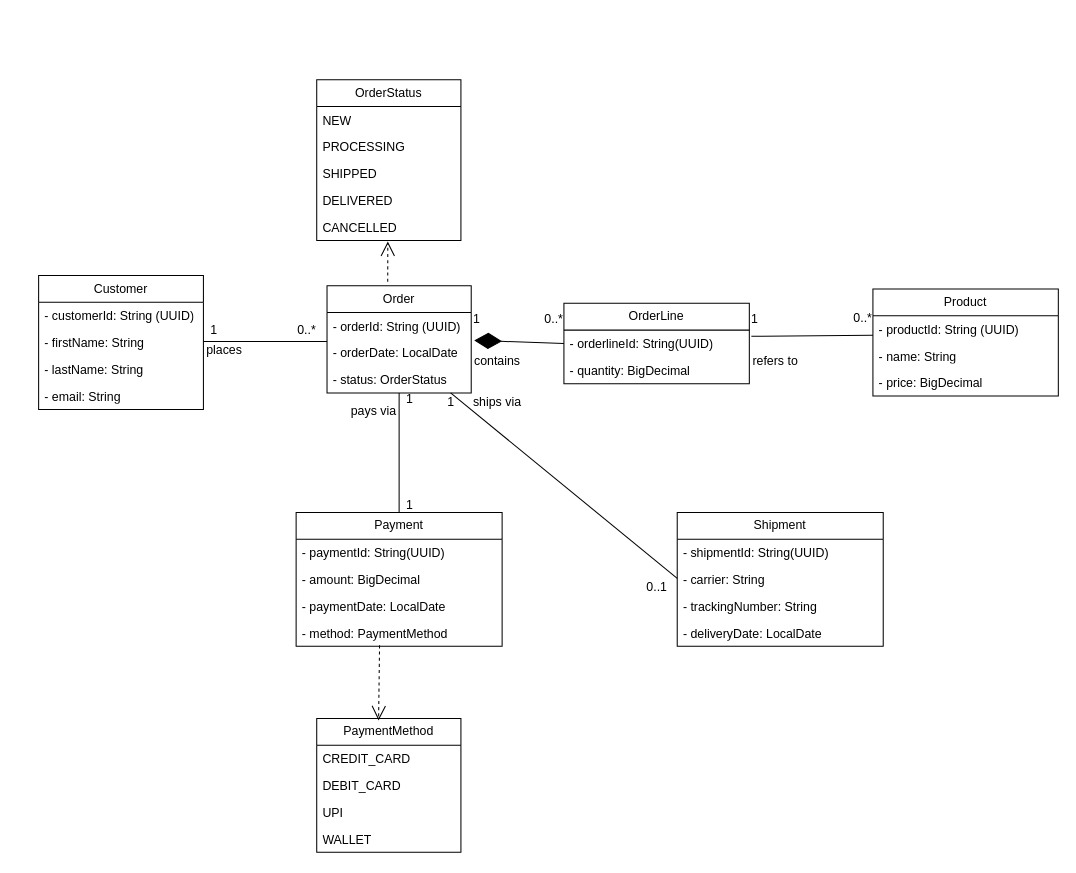
This is page "eCommerce" (10 of 10) of UML Diagram/Practice.drawio from prakashbtech87/aaaaaaaaaaaPrakashDrawIORepo, a draw.io file, before an edit. Source tidied: cells renumbered, new cells numbered last; positions are measured from the earlier drawing's top-left corner, leaving out a move shared by most shapes. Both pictures are drawn from the tidied source at 103%, with x=0, y=0 at pixel (38, 79).
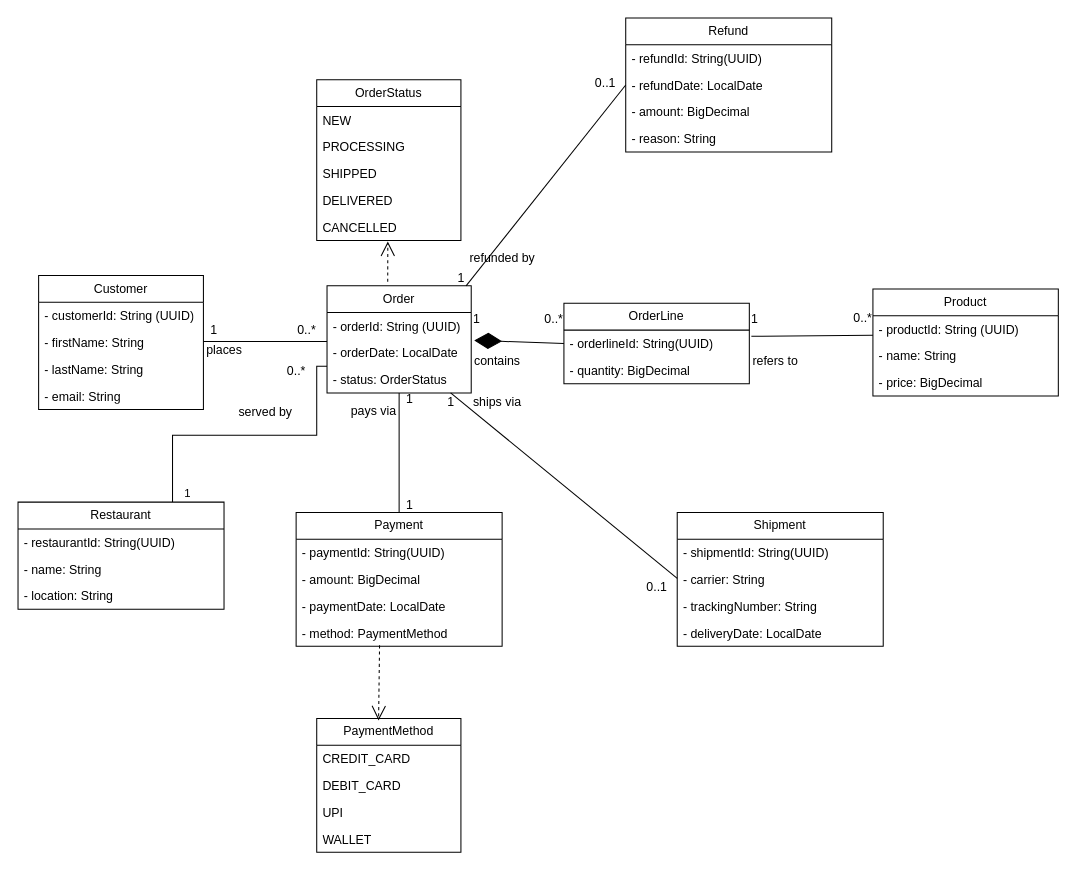
The same page after the edit.

Diff of the diagram source:
```diff
@@
+    <mxCell id="61" value="Refund" style="swimlane;fontStyle=0;horizontal=1;startSize=26;fillColor=none;whiteSpace=wrap;html=1;" parent="1" vertex="1">
+      <mxGeometry x="570" y="-60" width="200" height="130" as="geometry" />
+    </mxCell>
+    <mxCell id="62" value="- refundId: String(UUID)" style="text;strokeColor=none;fillColor=none;align=left;verticalAlign=top;spacingLeft=4;spacingRight=4;overflow=hidden;whiteSpace=wrap;html=1;" parent="61" vertex="1">
+      <mxGeometry y="26" width="200" height="26" as="geometry" />
+    </mxCell>
+    <mxCell id="63" value="- refundDate: LocalDate" style="text;strokeColor=none;fillColor=none;align=left;verticalAlign=top;spacingLeft=4;spacingRight=4;overflow=hidden;points=[[0,0.5],[1,0.5]];portConstraint=eastwest;whiteSpace=wrap;html=1;" parent="61" vertex="1">
+      <mxGeometry y="52" width="200" height="26" as="geometry" />
+    </mxCell>
+    <mxCell id="64" value="- amount: BigDecimal" style="text;strokeColor=none;fillColor=none;align=left;verticalAlign=top;spacingLeft=4;spacingRight=4;overflow=hidden;whiteSpace=wrap;html=1;" parent="61" vertex="1">
+      <mxGeometry y="78" width="200" height="26" as="geometry" />
+    </mxCell>
+    <mxCell id="65" value="- reason: String&amp;nbsp;" style="text;strokeColor=none;fillColor=none;align=left;verticalAlign=top;spacingLeft=4;spacingRight=4;overflow=hidden;whiteSpace=wrap;html=1;" parent="61" vertex="1">
+      <mxGeometry y="104" width="200" height="26" as="geometry" />
+    </mxCell>
+    <mxCell id="66" style="endArrow=none;html=1;rounded=0;entryX=0;entryY=0.5;entryDx=0;entryDy=0;" parent="1" edge="1" target="63">
+      <mxGeometry relative="1" as="geometry">
+        <mxPoint x="415" y="200" as="sourcePoint" />
+      </mxGeometry>
+    </mxCell>
+    <mxCell id="67" value="1" style="text;html=1;align=center;verticalAlign=middle;strokeColor=none;fillColor=none;" parent="1" vertex="1">
+      <mxGeometry x="395" y="178" width="30" height="30" as="geometry" />
+    </mxCell>
+    <mxCell id="68" value="0..1" style="text;html=1;align=center;verticalAlign=middle;strokeColor=none;fillColor=none;" parent="1" vertex="1">
+      <mxGeometry x="530" y="-12" width="40" height="30" as="geometry" />
+    </mxCell>
+    <mxCell id="69" value="Restaurant" style="swimlane;fontStyle=0;horizontal=1;startSize=26;fillColor=none;whiteSpace=wrap;html=1;" parent="1" vertex="1">
+      <mxGeometry x="-20" y="410" width="200" height="104" as="geometry" />
+    </mxCell>
+    <mxCell id="70" value="- restaurantId: String(UUID)" style="text;strokeColor=none;fillColor=none;align=left;verticalAlign=top;spacingLeft=4;spacingRight=4;overflow=hidden;whiteSpace=wrap;html=1;" parent="69" vertex="1">
+      <mxGeometry y="26" width="200" height="26" as="geometry" />
+    </mxCell>
+    <mxCell id="71" value="- name: String" style="text;strokeColor=none;fillColor=none;align=left;verticalAlign=top;spacingLeft=4;spacingRight=4;overflow=hidden;whiteSpace=wrap;html=1;" parent="69" vertex="1">
+      <mxGeometry y="52" width="200" height="26" as="geometry" />
+    </mxCell>
+    <mxCell id="72" value="- location: String" style="text;strokeColor=none;fillColor=none;align=left;verticalAlign=top;spacingLeft=4;spacingRight=4;overflow=hidden;whiteSpace=wrap;html=1;" parent="69" vertex="1">
+      <mxGeometry y="78" width="200" height="26" as="geometry" />
+    </mxCell>
+    <mxCell id="73" value="0..*" style="text;html=1;align=center;verticalAlign=middle;strokeColor=none;fillColor=none;" parent="1" vertex="1">
+      <mxGeometry x="230" y="268" width="40" height="30" as="geometry" />
+    </mxCell>
+    <mxCell id="74" value="served by" style="text;html=1;align=center;verticalAlign=middle;strokeColor=none;fillColor=none;" parent="1" vertex="1">
+      <mxGeometry x="180" y="308" width="80" height="30" as="geometry" />
+    </mxCell>
+    <mxCell id="75" value="refunded by" style="text;html=1;align=center;verticalAlign=middle;strokeColor=none;fillColor=none;" parent="1" vertex="1">
+      <mxGeometry x="405" y="158" width="90" height="30" as="geometry" />
+    </mxCell>
+    <mxCell id="76" style="endArrow=none;html=1;edgeStyle=orthogonalEdgeStyle;rounded=0;exitX=0.75;exitY=0;exitDx=0;exitDy=0;" parent="1" edge="1" source="69">
+      <mxGeometry relative="1" as="geometry">
+        <mxPoint x="280" y="278" as="targetPoint" />
+        <Array as="points">
+          <mxPoint x="130" y="345" />
+          <mxPoint x="270" y="345" />
+          <mxPoint x="270" y="278" />
+        </Array>
+      </mxGeometry>
+    </mxCell>
+    <mxCell id="77" value="1" style="edgeLabel;html=1;align=left;verticalAlign=bottom;" parent="76" vertex="1">
+      <mxGeometry x="-1" relative="1" as="geometry">
+        <mxPoint x="10" as="offset" />
+      </mxGeometry>
+    </mxCell>
```
